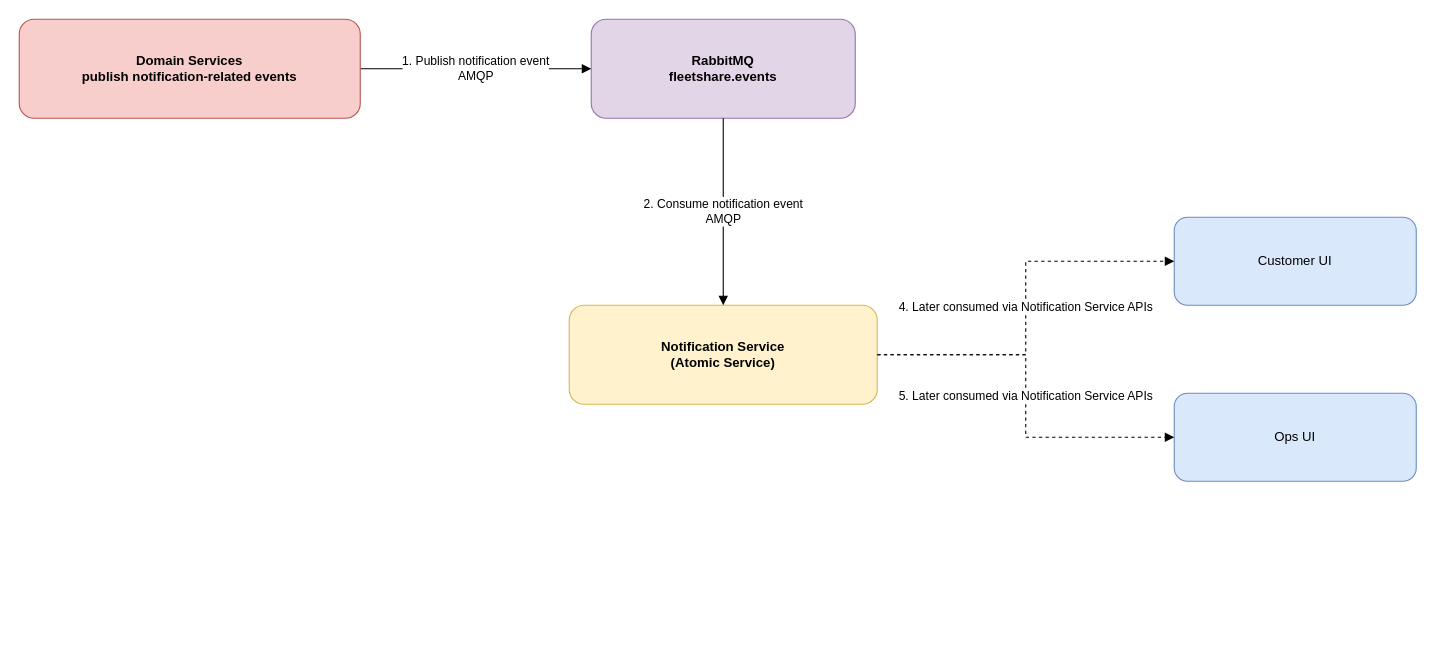
Above: docs/report/us3b-notification-dispatch.drawio in srikartejab/fleetshare (draw.io), before the change. Source tidied: cells renumbered, new cells numbered last; positions are measured from the earlier drawing's top-left corner, leaving out a move shared by most shapes. Both pictures are drawn from the tidied source at 110%, with x=0, y=0 at pixel (19, 19).
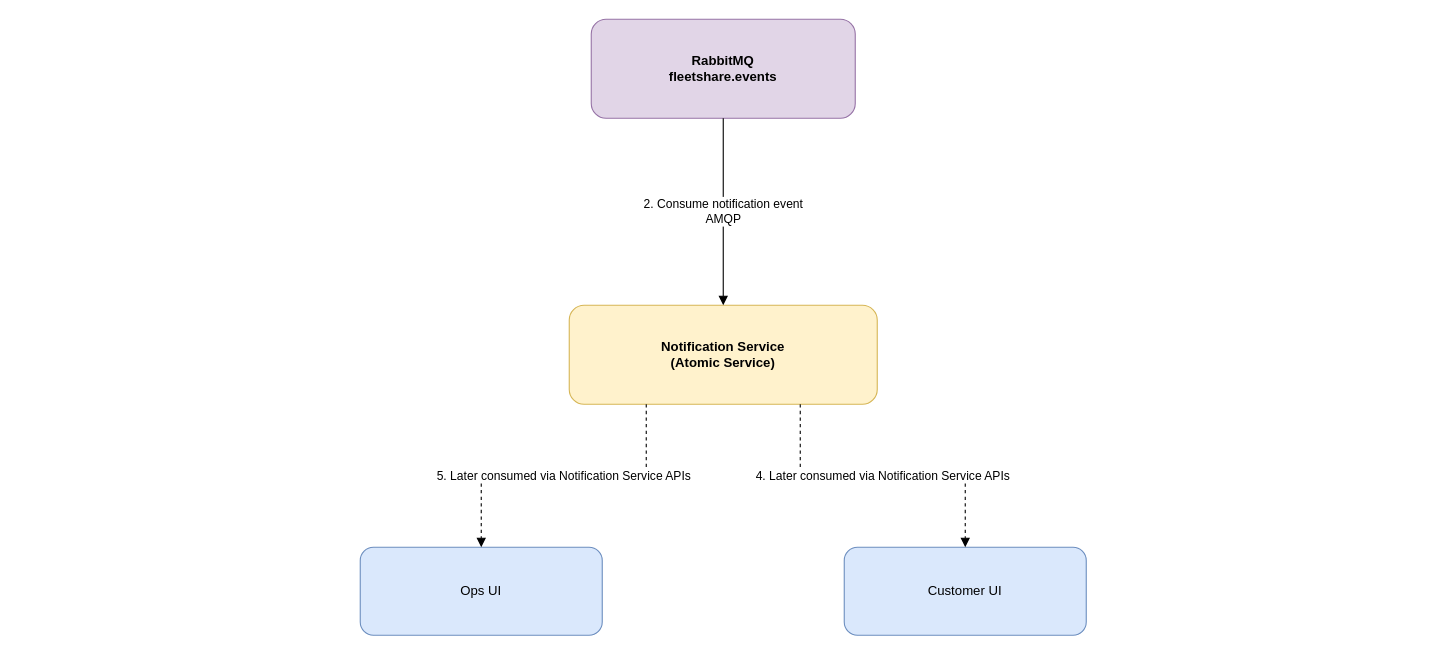
The same page after the edit.

The edit, as a diff of the source:
```diff
@@
 <mxGraphModel>
   <root>
     <mxCell id="0" />
     <mxCell id="1" parent="0" />
     <mxCell id="2" value="RabbitMQ&#10;fleetshare.events" style="rounded=1;whiteSpace=wrap;html=1;fillColor=#e1d5e7;strokeColor=#9673a6;fontStyle=1;" parent="1" vertex="1">
       <mxGeometry x="520" width="240" height="90" as="geometry" />
     </mxCell>
     <mxCell id="3" value="Notification Service&#10;(Atomic Service)" style="rounded=1;whiteSpace=wrap;html=1;fillColor=#fff2cc;strokeColor=#d6b656;fontStyle=1;" parent="1" vertex="1">
       <mxGeometry x="500" y="260" width="280" height="90" as="geometry" />
     </mxCell>
     <mxCell id="4" value="Customer UI" style="rounded=1;whiteSpace=wrap;html=1;fillColor=#dae8fc;strokeColor=#6c8ebf;" parent="1" vertex="1">
-      <mxGeometry x="1050" y="180" width="220" height="80" as="geometry" />
+      <mxGeometry x="750" y="480" width="220" height="80" as="geometry" />
     </mxCell>
     <mxCell id="5" value="Ops UI" style="rounded=1;whiteSpace=wrap;html=1;fillColor=#dae8fc;strokeColor=#6c8ebf;" parent="1" vertex="1">
-      <mxGeometry x="1050" y="340" width="220" height="80" as="geometry" />
+      <mxGeometry x="310" y="480" width="220" height="80" as="geometry" />
     </mxCell>
-    <mxCell id="6" value="1. Publish notification event&#10;AMQP" style="edgeStyle=orthogonalEdgeStyle;rounded=0;html=1;endArrow=block;endFill=1;" parent="1" edge="1" source="10" target="2">
-      <mxGeometry relative="1" as="geometry" />
-    </mxCell>
     <mxCell id="7" value="2. Consume notification event&#10;AMQP" style="edgeStyle=orthogonalEdgeStyle;rounded=0;html=1;endArrow=block;endFill=1;" parent="1" edge="1" source="2" target="3">
       <mxGeometry relative="1" as="geometry" />
     </mxCell>
-    <mxCell id="8" value="4. Later consumed via Notification Service APIs" style="edgeStyle=orthogonalEdgeStyle;rounded=0;html=1;endArrow=block;endFill=1;dashed=1;" parent="1" edge="1" source="3" target="4">
+    <mxCell id="8" value="4. Later consumed via Notification Service APIs" style="edgeStyle=orthogonalEdgeStyle;rounded=0;html=1;endArrow=block;endFill=1;dashed=1;exitX=0.75;exitY=1;exitDx=0;exitDy=0;" parent="1" edge="1" source="3" target="4">
       <mxGeometry relative="1" as="geometry" />
     </mxCell>
-    <mxCell id="9" value="5. Later consumed via Notification Service APIs" style="edgeStyle=orthogonalEdgeStyle;rounded=0;html=1;endArrow=block;endFill=1;dashed=1;" parent="1" edge="1" source="3" target="5">
+    <mxCell id="9" value="5. Later consumed via Notification Service APIs" style="edgeStyle=orthogonalEdgeStyle;rounded=0;html=1;endArrow=block;endFill=1;dashed=1;exitX=0.25;exitY=1;exitDx=0;exitDy=0;" parent="1" edge="1" source="3" target="5">
       <mxGeometry relative="1" as="geometry" />
     </mxCell>
-    <mxCell id="10" value="Domain Services&#10;publish notification-related events" style="rounded=1;whiteSpace=wrap;html=1;fillColor=#f8cecc;strokeColor=#b85450;fontStyle=1;" parent="1" vertex="1">
-      <mxGeometry width="310" height="90" as="geometry" />
-    </mxCell>
   </root>
 </mxGraphModel>
```
